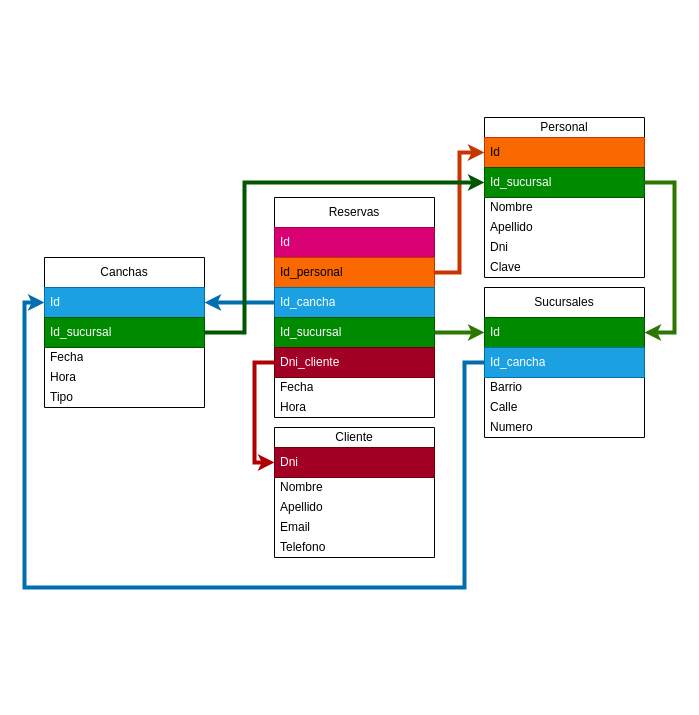
The draw.io diagram Diagramas/Sql.drawio in RaulMartinezYT/Balines-mojados, before the edit. Source tidied: cells renumbered, new cells numbered last; positions are measured from the earlier drawing's top-left corner, leaving out a move shared by most shapes. Both pictures are drawn from the tidied source at 100%, with x=0, y=0 at pixel (24, 117).
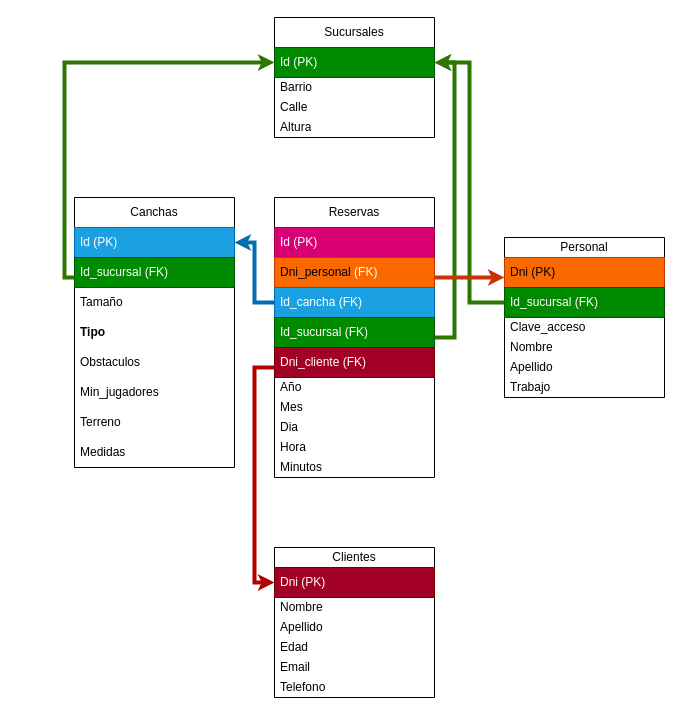
The same page after the edit.

What changed in the source:
```diff
@@
+    <mxCell id="36" style="edgeStyle=orthogonalEdgeStyle;rounded=0;jettySize=auto;html=1;entryX=1;entryY=0.5;entryDx=0;entryDy=0;strokeWidth=4;endSize=4;fillColor=#60a917;strokeColor=#2D7600;" parent="1" edge="1" source="25" target="3">
+      <mxGeometry relative="1" as="geometry">
+        <Array as="points">
+          <mxPoint x="430" y="220" />
+          <mxPoint x="430" y="-55" />
+        </Array>
+      </mxGeometry>
+    </mxCell>
     <mxCell id="2" value="Sucursales" style="swimlane;fontStyle=0;horizontal=1;startSize=30;whiteSpace=wrap;html=1;" parent="1" vertex="1">
-      <mxGeometry x="460" y="170" width="160" height="150" as="geometry" />
+      <mxGeometry x="250" y="-100" width="160" height="120" as="geometry" />
     </mxCell>
-    <mxCell id="3" value="Id" style="text;strokeColor=#005700;fillColor=#008a00;align=left;verticalAlign=middle;spacingLeft=4;spacingRight=4;overflow=hidden;points=[[0,0.5],[1,0.5]];portConstraint=eastwest;whiteSpace=wrap;html=1;fontColor=#ffffff;" parent="2" vertex="1">
+    <mxCell id="3" value="Id (PK)" style="text;strokeColor=#005700;fillColor=#008a00;align=left;verticalAlign=middle;spacingLeft=4;spacingRight=4;overflow=hidden;points=[[0,0.5],[1,0.5]];portConstraint=eastwest;whiteSpace=wrap;html=1;fontColor=#ffffff;" parent="2" vertex="1">
       <mxGeometry y="30" width="160" height="30" as="geometry" />
     </mxCell>
-    <mxCell id="4" value="Id_cancha" style="text;strokeColor=#006EAF;fillColor=#1ba1e2;align=left;verticalAlign=middle;spacingLeft=4;spacingRight=4;overflow=hidden;points=[[0,0.5],[1,0.5]];portConstraint=eastwest;whiteSpace=wrap;html=1;fontColor=#ffffff;" parent="2" vertex="1">
-      <mxGeometry y="60" width="160" height="30" as="geometry" />
-    </mxCell>
     <mxCell id="5" value="Barrio" style="text;strokeColor=none;fillColor=none;align=left;verticalAlign=middle;spacingLeft=4;spacingRight=4;overflow=hidden;whiteSpace=wrap;html=1;" parent="2" vertex="1">
-      <mxGeometry y="90" width="160" height="20" as="geometry" />
+      <mxGeometry y="60" width="160" height="20" as="geometry" />
     </mxCell>
     <mxCell id="6" value="Calle" style="text;strokeColor=none;fillColor=none;align=left;verticalAlign=middle;spacingLeft=4;spacingRight=4;overflow=hidden;whiteSpace=wrap;html=1;" parent="2" vertex="1">
-      <mxGeometry y="110" width="160" height="20" as="geometry" />
+      <mxGeometry y="80" width="160" height="20" as="geometry" />
     </mxCell>
-    <mxCell id="7" value="Numero" style="text;strokeColor=none;fillColor=none;align=left;verticalAlign=middle;spacingLeft=4;spacingRight=4;overflow=hidden;whiteSpace=wrap;html=1;" parent="2" vertex="1">
-      <mxGeometry y="130" width="160" height="20" as="geometry" />
+    <mxCell id="7" value="Altura" style="text;strokeColor=none;fillColor=none;align=left;verticalAlign=middle;spacingLeft=4;spacingRight=4;overflow=hidden;whiteSpace=wrap;html=1;" parent="2" vertex="1">
+      <mxGeometry y="100" width="160" height="20" as="geometry" />
     </mxCell>
     <mxCell id="8" value="Personal" style="swimlane;fontStyle=0;horizontal=1;startSize=20;whiteSpace=wrap;html=1;" parent="1" vertex="1">
-      <mxGeometry x="460" width="160" height="160" as="geometry" />
+      <mxGeometry x="480" y="120" width="160" height="160" as="geometry" />
     </mxCell>
-    <mxCell id="9" value="Id" style="text;strokeColor=#C73500;fillColor=#fa6800;align=left;verticalAlign=middle;spacingLeft=4;spacingRight=4;overflow=hidden;points=[[0,0.5],[1,0.5]];portConstraint=eastwest;whiteSpace=wrap;html=1;fontColor=#000000;" parent="8" vertex="1">
+    <mxCell id="9" value="Dni (PK)" style="text;strokeColor=#C73500;fillColor=#fa6800;align=left;verticalAlign=middle;spacingLeft=4;spacingRight=4;overflow=hidden;points=[[0,0.5],[1,0.5]];portConstraint=eastwest;whiteSpace=wrap;html=1;fontColor=#000000;" parent="8" vertex="1">
       <mxGeometry y="20" width="160" height="30" as="geometry" />
     </mxCell>
-    <mxCell id="10" value="Id_sucursal" style="text;strokeColor=#005700;fillColor=#008a00;align=left;verticalAlign=middle;spacingLeft=4;spacingRight=4;overflow=hidden;points=[[0,0.5],[1,0.5]];portConstraint=eastwest;whiteSpace=wrap;html=1;fontColor=#ffffff;" parent="8" vertex="1">
+    <mxCell id="10" value="Id_sucursal (FK)" style="text;strokeColor=#005700;fillColor=#008a00;align=left;verticalAlign=middle;spacingLeft=4;spacingRight=4;overflow=hidden;points=[[0,0.5],[1,0.5]];portConstraint=eastwest;whiteSpace=wrap;html=1;fontColor=#ffffff;" parent="8" vertex="1">
       <mxGeometry y="50" width="160" height="30" as="geometry" />
     </mxCell>
+    <mxCell id="42" value="Clave_acceso" style="text;strokeColor=none;fillColor=none;align=left;verticalAlign=middle;spacingLeft=4;spacingRight=4;overflow=hidden;whiteSpace=wrap;html=1;" parent="8" vertex="1">
+      <mxGeometry y="80" width="160" height="20" as="geometry" />
+    </mxCell>
     <mxCell id="11" value="Nombre" style="text;strokeColor=none;fillColor=none;align=left;verticalAlign=middle;spacingLeft=4;spacingRight=4;overflow=hidden;whiteSpace=wrap;html=1;" parent="8" vertex="1">
-      <mxGeometry y="80" width="160" height="20" as="geometry" />
+      <mxGeometry y="100" width="160" height="20" as="geometry" />
     </mxCell>
     <mxCell id="12" value="Apellido" style="text;strokeColor=none;fillColor=none;align=left;verticalAlign=middle;spacingLeft=4;spacingRight=4;overflow=hidden;whiteSpace=wrap;html=1;" parent="8" vertex="1">
-      <mxGeometry y="100" width="160" height="20" as="geometry" />
+      <mxGeometry y="120" width="160" height="20" as="geometry" />
     </mxCell>
-    <mxCell id="13" value="Dni" style="text;strokeColor=none;fillColor=none;align=left;verticalAlign=middle;spacingLeft=4;spacingRight=4;overflow=hidden;whiteSpace=wrap;html=1;" parent="8" vertex="1">
-      <mxGeometry y="120" width="160" height="20" as="geometry" />
-    </mxCell>
-    <mxCell id="14" value="Clave" style="text;strokeColor=none;fillColor=none;align=left;verticalAlign=middle;spacingLeft=4;spacingRight=4;overflow=hidden;whiteSpace=wrap;html=1;" parent="8" vertex="1">
+    <mxCell id="14" value="Trabajo" style="text;strokeColor=none;fillColor=none;align=left;verticalAlign=middle;spacingLeft=4;spacingRight=4;overflow=hidden;whiteSpace=wrap;html=1;" parent="8" vertex="1">
       <mxGeometry y="140" width="160" height="20" as="geometry" />
     </mxCell>
     <mxCell id="15" value="Canchas" style="swimlane;fontStyle=0;horizontal=1;startSize=30;whiteSpace=wrap;html=1;" parent="1" vertex="1">
-      <mxGeometry x="20" y="140" width="160" height="150" as="geometry" />
+      <mxGeometry x="50" y="80" width="160" height="270" as="geometry" />
     </mxCell>
-    <mxCell id="16" value="Id" style="text;strokeColor=#006EAF;fillColor=#1ba1e2;align=left;verticalAlign=middle;spacingLeft=4;spacingRight=4;overflow=hidden;points=[[0,0.5],[1,0.5]];portConstraint=eastwest;whiteSpace=wrap;html=1;fontColor=#ffffff;" parent="15" vertex="1">
+    <mxCell id="16" value="Id (PK)" style="text;strokeColor=#006EAF;fillColor=#1ba1e2;align=left;verticalAlign=middle;spacingLeft=4;spacingRight=4;overflow=hidden;points=[[0,0.5],[1,0.5]];portConstraint=eastwest;whiteSpace=wrap;html=1;fontColor=#ffffff;" parent="15" vertex="1">
       <mxGeometry y="30" width="160" height="30" as="geometry" />
     </mxCell>
-    <mxCell id="17" value="Id_sucursal" style="text;strokeColor=#005700;fillColor=#008a00;align=left;verticalAlign=middle;spacingLeft=4;spacingRight=4;overflow=hidden;points=[[0,0.5],[1,0.5]];portConstraint=eastwest;whiteSpace=wrap;html=1;fontColor=#ffffff;" parent="15" vertex="1">
+    <mxCell id="17" value="Id_sucursal (FK)" style="text;strokeColor=#005700;fillColor=#008a00;align=left;verticalAlign=middle;spacingLeft=4;spacingRight=4;overflow=hidden;points=[[0,0.5],[1,0.5]];portConstraint=eastwest;whiteSpace=wrap;html=1;fontColor=#ffffff;" parent="15" vertex="1">
       <mxGeometry y="60" width="160" height="30" as="geometry" />
     </mxCell>
-    <mxCell id="18" value="Fecha" style="text;align=left;verticalAlign=middle;spacingLeft=4;spacingRight=4;overflow=hidden;whiteSpace=wrap;html=1;" parent="15" vertex="1">
-      <mxGeometry y="90" width="160" height="20" as="geometry" />
-    </mxCell>
-    <mxCell id="19" value="Hora" style="text;align=left;verticalAlign=middle;spacingLeft=4;spacingRight=4;overflow=hidden;whiteSpace=wrap;html=1;" parent="15" vertex="1">
-      <mxGeometry y="110" width="160" height="20" as="geometry" />
-    </mxCell>
+    <mxCell id="43" value="Tamaño" style="text;align=left;verticalAlign=middle;spacingLeft=4;spacingRight=4;overflow=hidden;whiteSpace=wrap;html=1;" parent="15" vertex="1">
+      <mxGeometry y="90" width="160" height="30" as="geometry" />
+    </mxCell>
-    <mxCell id="20" value="Tipo" style="text;strokeColor=none;fillColor=none;align=left;verticalAlign=middle;spacingLeft=4;spacingRight=4;overflow=hidden;whiteSpace=wrap;html=1;" parent="15" vertex="1">
-      <mxGeometry y="130" width="160" height="20" as="geometry" />
+    <mxCell id="20" value="Tipo" style="text;align=left;verticalAlign=middle;spacingLeft=4;spacingRight=4;overflow=hidden;whiteSpace=wrap;html=1;fontStyle=1;" parent="15" vertex="1">
+      <mxGeometry y="120" width="160" height="30" as="geometry" />
     </mxCell>
+    <mxCell id="44" value="Obstaculos" style="text;align=left;verticalAlign=middle;spacingLeft=4;spacingRight=4;overflow=hidden;whiteSpace=wrap;html=1;" parent="15" vertex="1">
+      <mxGeometry y="150" width="160" height="30" as="geometry" />
+    </mxCell>
+    <mxCell id="45" value="Min_jugadores" style="text;align=left;verticalAlign=middle;spacingLeft=4;spacingRight=4;overflow=hidden;whiteSpace=wrap;html=1;" parent="15" vertex="1">
+      <mxGeometry y="180" width="160" height="30" as="geometry" />
+    </mxCell>
+    <mxCell id="46" value="Terreno" style="text;align=left;verticalAlign=middle;spacingLeft=4;spacingRight=4;overflow=hidden;whiteSpace=wrap;html=1;" parent="15" vertex="1">
+      <mxGeometry y="210" width="160" height="30" as="geometry" />
+    </mxCell>
+    <mxCell id="47" value="Medidas" style="text;align=left;verticalAlign=middle;spacingLeft=4;spacingRight=4;overflow=hidden;whiteSpace=wrap;html=1;" parent="15" vertex="1">
+      <mxGeometry y="240" width="160" height="30" as="geometry" />
+    </mxCell>
     <mxCell id="21" value="Reservas" style="swimlane;fontStyle=0;horizontal=1;startSize=30;whiteSpace=wrap;html=1;" parent="1" vertex="1">
-      <mxGeometry x="250" y="80" width="160" height="220" as="geometry" />
+      <mxGeometry x="250" y="80" width="160" height="280" as="geometry" />
     </mxCell>
-    <mxCell id="22" value="Id" style="text;strokeColor=#A50040;fillColor=#d80073;align=left;verticalAlign=middle;spacingLeft=4;spacingRight=4;overflow=hidden;whiteSpace=wrap;html=1;fontColor=#ffffff;" parent="21" vertex="1">
+    <mxCell id="22" value="Id (PK)" style="text;strokeColor=#A50040;fillColor=#d80073;align=left;verticalAlign=middle;spacingLeft=4;spacingRight=4;overflow=hidden;whiteSpace=wrap;html=1;fontColor=#ffffff;" parent="21" vertex="1">
       <mxGeometry y="30" width="160" height="30" as="geometry" />
     </mxCell>
-    <mxCell id="23" value="Id_personal" style="text;strokeColor=#C73500;fillColor=#fa6800;align=left;verticalAlign=middle;spacingLeft=4;spacingRight=4;overflow=hidden;points=[[0,0.5],[1,0.5]];portConstraint=eastwest;whiteSpace=wrap;html=1;fontColor=#000000;" parent="21" vertex="1">
+    <mxCell id="23" value="Dni_personal&lt;span style=&quot;color: rgb(255, 255, 255);&quot;&gt;&amp;nbsp;(FK)&lt;/span&gt;" style="text;strokeColor=#C73500;fillColor=#fa6800;align=left;verticalAlign=middle;spacingLeft=4;spacingRight=4;overflow=hidden;points=[[0,0.5],[1,0.5]];portConstraint=eastwest;whiteSpace=wrap;html=1;fontColor=#000000;" parent="21" vertex="1">
       <mxGeometry y="60" width="160" height="30" as="geometry" />
     </mxCell>
-    <mxCell id="24" value="Id_cancha" style="text;strokeColor=#006EAF;fillColor=#1ba1e2;align=left;verticalAlign=middle;spacingLeft=4;spacingRight=4;overflow=hidden;points=[[0,0.5],[1,0.5]];portConstraint=eastwest;whiteSpace=wrap;html=1;fontColor=#ffffff;" parent="21" vertex="1">
+    <mxCell id="24" value="Id_cancha&amp;nbsp;(FK)" style="text;strokeColor=#006EAF;fillColor=#1ba1e2;align=left;verticalAlign=middle;spacingLeft=4;spacingRight=4;overflow=hidden;points=[[0,0.5],[1,0.5]];portConstraint=eastwest;whiteSpace=wrap;html=1;fontColor=#ffffff;" parent="21" vertex="1">
       <mxGeometry y="90" width="160" height="30" as="geometry" />
     </mxCell>
-    <mxCell id="25" value="Id_sucursal" style="text;strokeColor=#005700;fillColor=#008a00;align=left;verticalAlign=middle;spacingLeft=4;spacingRight=4;overflow=hidden;points=[[0,0.5],[1,0.5]];portConstraint=eastwest;whiteSpace=wrap;html=1;fontColor=#ffffff;" parent="21" vertex="1">
+    <mxCell id="25" value="Id_sucursal&amp;nbsp;(FK)" style="text;strokeColor=#005700;fillColor=#008a00;align=left;verticalAlign=middle;spacingLeft=4;spacingRight=4;overflow=hidden;points=[[0,0.5],[1,0.5]];portConstraint=eastwest;whiteSpace=wrap;html=1;fontColor=#ffffff;" parent="21" vertex="1">
       <mxGeometry y="120" width="160" height="30" as="geometry" />
     </mxCell>
-    <mxCell id="26" value="Dni_cliente" style="text;strokeColor=#6F0000;fillColor=#a20025;align=left;verticalAlign=middle;spacingLeft=4;spacingRight=4;overflow=hidden;points=[[0,0.5],[1,0.5]];portConstraint=eastwest;whiteSpace=wrap;html=1;fontColor=#ffffff;" parent="21" vertex="1">
+    <mxCell id="26" value="Dni_cliente (FK)" style="text;strokeColor=#6F0000;fillColor=#a20025;align=left;verticalAlign=middle;spacingLeft=4;spacingRight=4;overflow=hidden;points=[[0,0.5],[1,0.5]];portConstraint=eastwest;whiteSpace=wrap;html=1;fontColor=#ffffff;" parent="21" vertex="1">
       <mxGeometry y="150" width="160" height="30" as="geometry" />
     </mxCell>
+    <mxCell id="48" value="Año" style="text;align=left;verticalAlign=middle;spacingLeft=4;spacingRight=4;overflow=hidden;whiteSpace=wrap;html=1;" parent="21" vertex="1">
+      <mxGeometry y="180" width="160" height="20" as="geometry" />
+    </mxCell>
+    <mxCell id="49" value="Mes" style="text;align=left;verticalAlign=middle;spacingLeft=4;spacingRight=4;overflow=hidden;whiteSpace=wrap;html=1;" parent="21" vertex="1">
+      <mxGeometry y="200" width="160" height="20" as="geometry" />
+    </mxCell>
-    <mxCell id="27" value="Fecha" style="text;align=left;verticalAlign=middle;spacingLeft=4;spacingRight=4;overflow=hidden;whiteSpace=wrap;html=1;" parent="21" vertex="1">
-      <mxGeometry y="180" width="160" height="20" as="geometry" />
+    <mxCell id="27" value="Dia" style="text;align=left;verticalAlign=middle;spacingLeft=4;spacingRight=4;overflow=hidden;whiteSpace=wrap;html=1;" parent="21" vertex="1">
+      <mxGeometry y="220" width="160" height="20" as="geometry" />
     </mxCell>
     <mxCell id="28" value="Hora" style="text;align=left;verticalAlign=middle;spacingLeft=4;spacingRight=4;overflow=hidden;whiteSpace=wrap;html=1;" parent="21" vertex="1">
-      <mxGeometry y="200" width="160" height="20" as="geometry" />
+      <mxGeometry y="240" width="160" height="20" as="geometry" />
     </mxCell>
+    <mxCell id="50" value="Minutos" style="text;align=left;verticalAlign=middle;spacingLeft=4;spacingRight=4;overflow=hidden;whiteSpace=wrap;html=1;" parent="21" vertex="1">
+      <mxGeometry y="260" width="160" height="20" as="geometry" />
+    </mxCell>
-    <mxCell id="29" value="Cliente" style="swimlane;fontStyle=0;horizontal=1;startSize=20;whiteSpace=wrap;html=1;" parent="1" vertex="1">
-      <mxGeometry x="250" y="310" width="160" height="130" as="geometry" />
+    <mxCell id="29" value="Clientes" style="swimlane;fontStyle=0;horizontal=1;startSize=20;whiteSpace=wrap;html=1;" parent="1" vertex="1">
+      <mxGeometry x="250" y="430" width="160" height="150" as="geometry" />
     </mxCell>
-    <mxCell id="30" value="Dni" style="text;strokeColor=#6F0000;fillColor=#a20025;align=left;verticalAlign=middle;spacingLeft=4;spacingRight=4;overflow=hidden;points=[[0,0.5],[1,0.5]];portConstraint=eastwest;whiteSpace=wrap;html=1;fontColor=#ffffff;" parent="29" vertex="1">
+    <mxCell id="30" value="Dni (PK)" style="text;strokeColor=#6F0000;fillColor=#a20025;align=left;verticalAlign=middle;spacingLeft=4;spacingRight=4;overflow=hidden;points=[[0,0.5],[1,0.5]];portConstraint=eastwest;whiteSpace=wrap;html=1;fontColor=#ffffff;" parent="29" vertex="1">
       <mxGeometry y="20" width="160" height="30" as="geometry" />
     </mxCell>
@@
+    <mxCell id="51" value="Edad" style="text;strokeColor=none;fillColor=none;align=left;verticalAlign=middle;spacingLeft=4;spacingRight=4;overflow=hidden;whiteSpace=wrap;html=1;" parent="29" vertex="1">
+      <mxGeometry y="90" width="160" height="20" as="geometry" />
+    </mxCell>
     <mxCell id="33" value="Email" style="text;strokeColor=none;fillColor=none;align=left;verticalAlign=middle;spacingLeft=4;spacingRight=4;overflow=hidden;whiteSpace=wrap;html=1;" parent="29" vertex="1">
-      <mxGeometry y="90" width="160" height="20" as="geometry" />
+      <mxGeometry y="110" width="160" height="20" as="geometry" />
     </mxCell>
     <mxCell id="34" value="Telefono" style="text;strokeColor=none;fillColor=none;align=left;verticalAlign=middle;spacingLeft=4;spacingRight=4;overflow=hidden;whiteSpace=wrap;html=1;" parent="29" vertex="1">
-      <mxGeometry y="110" width="160" height="20" as="geometry" />
+      <mxGeometry y="130" width="160" height="20" as="geometry" />
     </mxCell>
+    <mxCell id="52" style="edgeStyle=orthogonalEdgeStyle;rounded=0;jettySize=auto;html=1;strokeWidth=4;fillColor=#60a917;strokeColor=#2D7600;endSize=4;" parent="1" edge="1" source="17" target="3">
+      <mxGeometry relative="1" as="geometry">
+        <Array as="points">
+          <mxPoint x="40" y="160" />
+          <mxPoint x="40" y="-55" />
+        </Array>
+      </mxGeometry>
+    </mxCell>
+    <mxCell id="37" style="edgeStyle=orthogonalEdgeStyle;rounded=0;jettySize=auto;html=1;strokeWidth=4;endSize=4;fillColor=#1ba1e2;strokeColor=#006EAF;" parent="1" edge="1" source="24" target="16">
+      <mxGeometry relative="1" as="geometry" />
+    </mxCell>
-    <mxCell id="35" style="edgeStyle=orthogonalEdgeStyle;rounded=0;jettySize=auto;html=1;entryX=0;entryY=0.5;entryDx=0;entryDy=0;fillColor=#e51400;strokeColor=#B20000;strokeWidth=4;endSize=4;exitX=0;exitY=0.5;exitDx=0;exitDy=0;" parent="1" edge="1" source="26" target="30">
+    <mxCell id="35" style="edgeStyle=orthogonalEdgeStyle;rounded=0;jettySize=auto;html=1;fillColor=#e51400;strokeColor=#B20000;strokeWidth=4;endSize=4;" parent="1" edge="1" source="26" target="30">
       <mxGeometry relative="1" as="geometry">
         <Array as="points">
-          <mxPoint x="230" y="245" />
-          <mxPoint x="230" y="345" />
+          <mxPoint x="230" y="250" />
+          <mxPoint x="230" y="465" />
         </Array>
       </mxGeometry>
     </mxCell>
-    <mxCell id="36" style="edgeStyle=orthogonalEdgeStyle;rounded=0;jettySize=auto;html=1;strokeWidth=4;endSize=4;fillColor=#60a917;strokeColor=#2D7600;entryX=0;entryY=0.5;entryDx=0;entryDy=0;exitX=1;exitY=0.5;exitDx=0;exitDy=0;" parent="1" edge="1" source="25" target="3">
-      <mxGeometry relative="1" as="geometry" />
-    </mxCell>
-    <mxCell id="37" style="edgeStyle=orthogonalEdgeStyle;rounded=0;jettySize=auto;html=1;entryX=1;entryY=0.5;entryDx=0;entryDy=0;fillColor=#1ba1e2;strokeColor=#006EAF;strokeWidth=4;endSize=4;exitX=0;exitY=0.5;exitDx=0;exitDy=0;" parent="1" edge="1" source="24" target="16">
-      <mxGeometry relative="1" as="geometry" />
-    </mxCell>
+    <mxCell id="39" style="edgeStyle=orthogonalEdgeStyle;rounded=0;jettySize=auto;html=1;strokeWidth=4;endSize=4;fillColor=#60a917;strokeColor=#2D7600;" parent="1" edge="1" source="10" target="3">
+      <mxGeometry relative="1" as="geometry" />
+    </mxCell>
-    <mxCell id="38" style="edgeStyle=orthogonalEdgeStyle;rounded=0;jettySize=auto;html=1;strokeWidth=4;endSize=4;fillColor=#fa6800;strokeColor=#C73500;exitX=1;exitY=0.5;exitDx=0;exitDy=0;" parent="1" edge="1" source="23" target="9">
-      <mxGeometry relative="1" as="geometry" />
+    <mxCell id="38" style="edgeStyle=orthogonalEdgeStyle;rounded=0;jettySize=auto;html=1;strokeWidth=4;endSize=4;fillColor=#fa6800;strokeColor=#C73500;" parent="1" edge="1" source="23" target="9">
+      <mxGeometry relative="1" as="geometry">
+        <Array as="points">
+          <mxPoint x="440" y="160" />
+          <mxPoint x="440" y="160" />
+        </Array>
+      </mxGeometry>
     </mxCell>
-    <mxCell id="39" style="edgeStyle=orthogonalEdgeStyle;rounded=0;jettySize=auto;html=1;entryX=1;entryY=0.5;entryDx=0;entryDy=0;strokeWidth=4;endSize=4;fillColor=#60a917;strokeColor=#2D7600;" parent="1" edge="1" source="10" target="3">
-      <mxGeometry relative="1" as="geometry">
-        <Array as="points">
-          <mxPoint x="650" y="65" />
-          <mxPoint x="650" y="215" />
-        </Array>
-      </mxGeometry>
-    </mxCell>
-    <mxCell id="40" style="edgeStyle=orthogonalEdgeStyle;rounded=0;jettySize=auto;html=1;entryX=0;entryY=0.5;entryDx=0;entryDy=0;fillColor=#008a00;strokeColor=#005700;strokeWidth=4;endSize=4;" parent="1" edge="1" source="17" target="10">
-      <mxGeometry relative="1" as="geometry">
-        <Array as="points">
-          <mxPoint x="220" y="215" />
-          <mxPoint x="220" y="65" />
-        </Array>
-      </mxGeometry>
-    </mxCell>
-    <mxCell id="41" style="edgeStyle=orthogonalEdgeStyle;rounded=0;jettySize=auto;html=1;entryX=0;entryY=0.5;entryDx=0;entryDy=0;endSize=4;strokeWidth=4;fillColor=#1ba1e2;strokeColor=#006EAF;" parent="1" edge="1" source="4" target="16">
-      <mxGeometry relative="1" as="geometry">
-        <Array as="points">
-          <mxPoint x="440" y="245" />
-          <mxPoint x="440" y="470" />
-          <mxPoint y="470" />
-          <mxPoint y="185" />
-        </Array>
-      </mxGeometry>
-    </mxCell>
```
